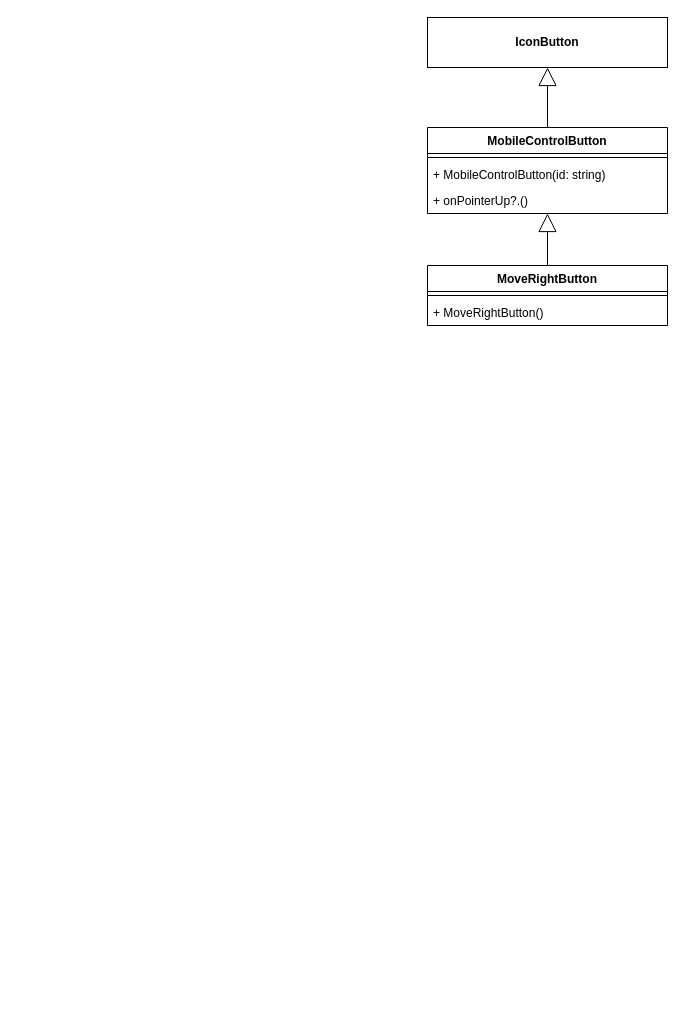
Before: docs/issue/96-diagram.drawio in elma1989/sharkie, a draw.io diagram. Source tidied: cells renumbered, new cells numbered last; positions are measured from the earlier drawing's top-left corner, leaving out a move shared by most shapes. Both pictures are drawn from the tidied source at 100%, with x=0, y=0 at pixel (427, 17).
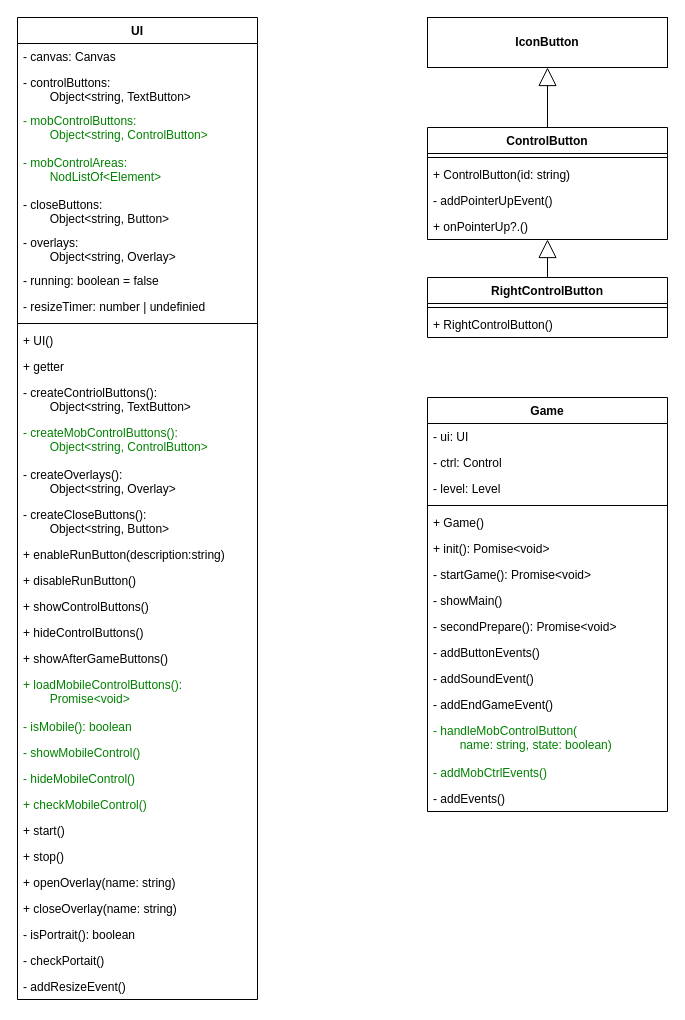
The same page after the edit.

Commit message (it also covers changes not shown here):
doc: ControlButton, RightContolButton, UI, Game

Change to the diagram source:
```diff
@@
-    <mxCell id="3" value="MobileControlButton" style="swimlane;fontStyle=1;align=center;verticalAlign=top;horizontal=1;startSize=26;whiteSpace=wrap;html=1;" parent="1" vertex="1">
-      <mxGeometry y="110" width="240" height="86" as="geometry" />
+    <mxCell id="3" value="ControlButton" style="swimlane;fontStyle=1;align=center;verticalAlign=top;horizontal=1;startSize=26;whiteSpace=wrap;html=1;" parent="1" vertex="1">
+      <mxGeometry y="110" width="240" height="112" as="geometry" />
     </mxCell>
@@
-    <mxCell id="5" value="+ MobileControlButton(id: string)" style="text;strokeColor=none;fillColor=none;align=left;verticalAlign=top;spacingLeft=4;spacingRight=4;overflow=hidden;whiteSpace=wrap;html=1;" parent="3" vertex="1">
+    <mxCell id="5" value="+ ControlButton(id: string)" style="text;strokeColor=none;fillColor=none;align=left;verticalAlign=top;spacingLeft=4;spacingRight=4;overflow=hidden;whiteSpace=wrap;html=1;" parent="3" vertex="1">
       <mxGeometry y="34" width="240" height="26" as="geometry" />
     </mxCell>
+    <mxCell id="12" value="- addPointerUpEvent()" style="text;strokeColor=none;fillColor=none;align=left;verticalAlign=top;spacingLeft=4;spacingRight=4;overflow=hidden;whiteSpace=wrap;html=1;" parent="3" vertex="1">
+      <mxGeometry y="60" width="240" height="26" as="geometry" />
+    </mxCell>
     <mxCell id="6" value="+ onPointerUp?.()" style="text;strokeColor=none;fillColor=none;align=left;verticalAlign=top;spacingLeft=4;spacingRight=4;overflow=hidden;whiteSpace=wrap;html=1;" parent="3" vertex="1">
-      <mxGeometry y="60" width="240" height="26" as="geometry" />
+      <mxGeometry y="86" width="240" height="26" as="geometry" />
     </mxCell>
@@
-    <mxCell id="8" value="MoveRightButton" style="swimlane;fontStyle=1;align=center;verticalAlign=top;horizontal=1;startSize=26;whiteSpace=wrap;html=1;" parent="1" vertex="1">
-      <mxGeometry y="248" width="240" height="60" as="geometry" />
+    <mxCell id="8" value="RightControlButton" style="swimlane;fontStyle=1;align=center;verticalAlign=top;horizontal=1;startSize=26;whiteSpace=wrap;html=1;" parent="1" vertex="1">
+      <mxGeometry y="260" width="240" height="60" as="geometry" />
     </mxCell>
@@
-    <mxCell id="10" value="+ MoveRightButton()" style="text;strokeColor=none;fillColor=none;align=left;verticalAlign=top;spacingLeft=4;spacingRight=4;overflow=hidden;whiteSpace=wrap;html=1;" parent="8" vertex="1">
+    <mxCell id="10" value="+ RightControlButton()" style="text;strokeColor=none;fillColor=none;align=left;verticalAlign=top;spacingLeft=4;spacingRight=4;overflow=hidden;whiteSpace=wrap;html=1;" parent="8" vertex="1">
       <mxGeometry y="34" width="240" height="26" as="geometry" />
     </mxCell>
@@
+    <mxCell id="13" value="UI" style="swimlane;fontStyle=1;align=center;verticalAlign=top;horizontal=1;startSize=26;whiteSpace=wrap;html=1;" parent="1" vertex="1">
+      <mxGeometry x="-410" width="240" height="982" as="geometry" />
+    </mxCell>
+    <mxCell id="14" value="- canvas: Canvas" style="text;strokeColor=none;fillColor=none;align=left;verticalAlign=top;spacingLeft=4;spacingRight=4;overflow=hidden;whiteSpace=wrap;html=1;" parent="13" vertex="1">
+      <mxGeometry y="26" width="240" height="26" as="geometry" />
+    </mxCell>
+    <mxCell id="15" value="- controlButtons:&amp;nbsp;&lt;div&gt;&lt;span style=&quot;white-space: pre;&quot;&gt;&#9;&lt;/span&gt;Object&amp;lt;string, TextButton&amp;gt;&lt;/div&gt;" style="text;strokeColor=none;fillColor=none;align=left;verticalAlign=top;spacingLeft=4;spacingRight=4;overflow=hidden;whiteSpace=wrap;html=1;" parent="13" vertex="1">
+      <mxGeometry y="52" width="240" height="38" as="geometry" />
+    </mxCell>
+    <mxCell id="16" value="- mobControlButtons:&lt;div&gt;&lt;span style=&quot;white-space: pre;&quot;&gt;&#9;&lt;/span&gt;Object&amp;lt;string, ControlButton&amp;gt;&lt;br&gt;&lt;/div&gt;" style="text;strokeColor=none;fillColor=none;align=left;verticalAlign=top;spacingLeft=4;spacingRight=4;overflow=hidden;whiteSpace=wrap;html=1;fontColor=light-dark(#008000,#80FF80);" parent="13" vertex="1">
+      <mxGeometry y="90" width="240" height="42" as="geometry" />
+    </mxCell>
+    <mxCell id="17" value="- mobControlAreas:&lt;div&gt;&lt;span style=&quot;white-space: pre;&quot;&gt;&#9;&lt;/span&gt;NodListOf&amp;lt;Element&amp;gt;&lt;br&gt;&lt;/div&gt;" style="text;strokeColor=none;fillColor=none;align=left;verticalAlign=top;spacingLeft=4;spacingRight=4;overflow=hidden;whiteSpace=wrap;html=1;fontColor=light-dark(#008000,#80FF80);" parent="13" vertex="1">
+      <mxGeometry y="132" width="240" height="42" as="geometry" />
+    </mxCell>
+    <mxCell id="18" value="- closeButtons:&lt;div&gt;&lt;span style=&quot;white-space: pre;&quot;&gt;&#9;&lt;/span&gt;Object&amp;lt;string, Button&amp;gt;&lt;br&gt;&lt;/div&gt;" style="text;strokeColor=none;fillColor=none;align=left;verticalAlign=top;spacingLeft=4;spacingRight=4;overflow=hidden;whiteSpace=wrap;html=1;fontColor=default;" parent="13" vertex="1">
+      <mxGeometry y="174" width="240" height="38" as="geometry" />
+    </mxCell>
+    <mxCell id="19" value="- overlays:&lt;div&gt;&lt;span style=&quot;white-space: pre;&quot;&gt;&#9;&lt;/span&gt;Object&amp;lt;string, Overlay&amp;gt;&lt;br&gt;&lt;/div&gt;" style="text;strokeColor=none;fillColor=none;align=left;verticalAlign=top;spacingLeft=4;spacingRight=4;overflow=hidden;whiteSpace=wrap;html=1;fontColor=default;" parent="13" vertex="1">
+      <mxGeometry y="212" width="240" height="38" as="geometry" />
+    </mxCell>
+    <mxCell id="20" value="- running: boolean = false" style="text;strokeColor=none;fillColor=none;align=left;verticalAlign=top;spacingLeft=4;spacingRight=4;overflow=hidden;whiteSpace=wrap;html=1;fontColor=default;" parent="13" vertex="1">
+      <mxGeometry y="250" width="240" height="26" as="geometry" />
+    </mxCell>
+    <mxCell id="21" value="- resizeTimer: number | undefinied" style="text;strokeColor=none;fillColor=none;align=left;verticalAlign=top;spacingLeft=4;spacingRight=4;overflow=hidden;whiteSpace=wrap;html=1;fontColor=default;" parent="13" vertex="1">
+      <mxGeometry y="276" width="240" height="26" as="geometry" />
+    </mxCell>
+    <mxCell id="22" style="line;strokeWidth=1;fillColor=none;align=left;verticalAlign=middle;spacingTop=-1;spacingLeft=3;spacingRight=3;labelPosition=right;strokeColor=inherit;" parent="13" vertex="1">
+      <mxGeometry y="302" width="240" height="8" as="geometry" />
+    </mxCell>
+    <mxCell id="23" value="+ UI()" style="text;strokeColor=none;fillColor=none;align=left;verticalAlign=top;spacingLeft=4;spacingRight=4;overflow=hidden;whiteSpace=wrap;html=1;" parent="13" vertex="1">
+      <mxGeometry y="310" width="240" height="26" as="geometry" />
+    </mxCell>
+    <mxCell id="24" value="+ getter" style="text;strokeColor=none;fillColor=none;align=left;verticalAlign=top;spacingLeft=4;spacingRight=4;overflow=hidden;whiteSpace=wrap;html=1;" parent="13" vertex="1">
+      <mxGeometry y="336" width="240" height="26" as="geometry" />
+    </mxCell>
+    <mxCell id="25" value="- createContriolButtons():&lt;div&gt;&lt;span style=&quot;white-space: pre;&quot;&gt;&#9;&lt;/span&gt;Object&amp;lt;string, TextButton&amp;gt;&lt;br&gt;&lt;/div&gt;" style="text;strokeColor=none;fillColor=none;align=left;verticalAlign=top;spacingLeft=4;spacingRight=4;overflow=hidden;whiteSpace=wrap;html=1;fontColor=default;" parent="13" vertex="1">
+      <mxGeometry y="362" width="240" height="40" as="geometry" />
+    </mxCell>
+    <mxCell id="26" value="- createMobControlButtons():&lt;div&gt;&lt;span style=&quot;white-space: pre;&quot;&gt;&#9;&lt;/span&gt;Object&amp;lt;string, ControlButton&amp;gt;&lt;br&gt;&lt;/div&gt;" style="text;strokeColor=none;fillColor=none;align=left;verticalAlign=top;spacingLeft=4;spacingRight=4;overflow=hidden;whiteSpace=wrap;html=1;fontColor=light-dark(#008000,#80FF80);" parent="13" vertex="1">
+      <mxGeometry y="402" width="240" height="42" as="geometry" />
+    </mxCell>
+    <mxCell id="27" value="- createOverlays():&lt;div&gt;&lt;span style=&quot;white-space: pre;&quot;&gt;&#9;&lt;/span&gt;Object&amp;lt;string, Overlay&amp;gt;&lt;br&gt;&lt;/div&gt;" style="text;strokeColor=none;fillColor=none;align=left;verticalAlign=top;spacingLeft=4;spacingRight=4;overflow=hidden;whiteSpace=wrap;html=1;fontColor=default;" parent="13" vertex="1">
+      <mxGeometry y="444" width="240" height="40" as="geometry" />
+    </mxCell>
+    <mxCell id="28" value="- createCloseButtons():&lt;div&gt;&lt;span style=&quot;white-space: pre;&quot;&gt;&#9;&lt;/span&gt;Object&amp;lt;string, Button&amp;gt;&lt;br&gt;&lt;/div&gt;" style="text;strokeColor=none;fillColor=none;align=left;verticalAlign=top;spacingLeft=4;spacingRight=4;overflow=hidden;whiteSpace=wrap;html=1;fontColor=default;" parent="13" vertex="1">
+      <mxGeometry y="484" width="240" height="40" as="geometry" />
+    </mxCell>
+    <mxCell id="29" value="+ enableRunButton(description:string)" style="text;strokeColor=none;fillColor=none;align=left;verticalAlign=top;spacingLeft=4;spacingRight=4;overflow=hidden;whiteSpace=wrap;html=1;fontColor=default;" parent="13" vertex="1">
+      <mxGeometry y="524" width="240" height="26" as="geometry" />
+    </mxCell>
+    <mxCell id="30" value="+ disableRunButton()" style="text;strokeColor=none;fillColor=none;align=left;verticalAlign=top;spacingLeft=4;spacingRight=4;overflow=hidden;whiteSpace=wrap;html=1;fontColor=default;" parent="13" vertex="1">
+      <mxGeometry y="550" width="240" height="26" as="geometry" />
+    </mxCell>
+    <mxCell id="31" value="+ showControlButtons()" style="text;strokeColor=none;fillColor=none;align=left;verticalAlign=top;spacingLeft=4;spacingRight=4;overflow=hidden;whiteSpace=wrap;html=1;fontColor=default;" parent="13" vertex="1">
+      <mxGeometry y="576" width="240" height="26" as="geometry" />
+    </mxCell>
+    <mxCell id="32" value="+ hideControlButtons()" style="text;strokeColor=none;fillColor=none;align=left;verticalAlign=top;spacingLeft=4;spacingRight=4;overflow=hidden;whiteSpace=wrap;html=1;fontColor=default;" parent="13" vertex="1">
+      <mxGeometry y="602" width="240" height="26" as="geometry" />
+    </mxCell>
+    <mxCell id="33" value="+ showAfterGameButtons()" style="text;strokeColor=none;fillColor=none;align=left;verticalAlign=top;spacingLeft=4;spacingRight=4;overflow=hidden;whiteSpace=wrap;html=1;fontColor=default;" parent="13" vertex="1">
+      <mxGeometry y="628" width="240" height="26" as="geometry" />
+    </mxCell>
+    <mxCell id="34" value="&lt;div&gt;+ loadMobileControlButtons():&lt;/div&gt;&lt;div&gt;&lt;span style=&quot;white-space: pre;&quot;&gt;&#9;&lt;/span&gt;Promise&amp;lt;void&amp;gt;&lt;br&gt;&lt;/div&gt;" style="text;strokeColor=none;fillColor=none;align=left;verticalAlign=top;spacingLeft=4;spacingRight=4;overflow=hidden;whiteSpace=wrap;html=1;fontColor=light-dark(#008000,#80FF80);" parent="13" vertex="1">
+      <mxGeometry y="654" width="240" height="42" as="geometry" />
+    </mxCell>
+    <mxCell id="35" value="- isMobile(): boolean" style="text;strokeColor=none;fillColor=none;align=left;verticalAlign=top;spacingLeft=4;spacingRight=4;overflow=hidden;whiteSpace=wrap;html=1;fontColor=light-dark(#008000,#80FF80);" parent="13" vertex="1">
+      <mxGeometry y="696" width="240" height="26" as="geometry" />
+    </mxCell>
+    <mxCell id="36" value="- showMobileControl()" style="text;strokeColor=none;fillColor=none;align=left;verticalAlign=top;spacingLeft=4;spacingRight=4;overflow=hidden;whiteSpace=wrap;html=1;fontColor=light-dark(#008000,#80FF80);" parent="13" vertex="1">
+      <mxGeometry y="722" width="240" height="26" as="geometry" />
+    </mxCell>
+    <mxCell id="37" value="- hideMobileControl()" style="text;strokeColor=none;fillColor=none;align=left;verticalAlign=top;spacingLeft=4;spacingRight=4;overflow=hidden;whiteSpace=wrap;html=1;fontColor=light-dark(#008000,#80FF80);" parent="13" vertex="1">
+      <mxGeometry y="748" width="240" height="26" as="geometry" />
+    </mxCell>
+    <mxCell id="38" value="+ checkMobileControl()" style="text;strokeColor=none;fillColor=none;align=left;verticalAlign=top;spacingLeft=4;spacingRight=4;overflow=hidden;whiteSpace=wrap;html=1;fontColor=light-dark(#008000,#80FF80);" parent="13" vertex="1">
+      <mxGeometry y="774" width="240" height="26" as="geometry" />
+    </mxCell>
+    <mxCell id="39" value="+ start()" style="text;strokeColor=none;fillColor=none;align=left;verticalAlign=top;spacingLeft=4;spacingRight=4;overflow=hidden;whiteSpace=wrap;html=1;fontColor=default;" parent="13" vertex="1">
+      <mxGeometry y="800" width="240" height="26" as="geometry" />
+    </mxCell>
+    <mxCell id="40" value="+ stop()" style="text;strokeColor=none;fillColor=none;align=left;verticalAlign=top;spacingLeft=4;spacingRight=4;overflow=hidden;whiteSpace=wrap;html=1;fontColor=default;" parent="13" vertex="1">
+      <mxGeometry y="826" width="240" height="26" as="geometry" />
+    </mxCell>
+    <mxCell id="41" value="+ openOverlay(name: string)" style="text;strokeColor=none;fillColor=none;align=left;verticalAlign=top;spacingLeft=4;spacingRight=4;overflow=hidden;whiteSpace=wrap;html=1;fontColor=default;" parent="13" vertex="1">
+      <mxGeometry y="852" width="240" height="26" as="geometry" />
+    </mxCell>
+    <mxCell id="42" value="+ closeOverlay(name: string)" style="text;strokeColor=none;fillColor=none;align=left;verticalAlign=top;spacingLeft=4;spacingRight=4;overflow=hidden;whiteSpace=wrap;html=1;fontColor=default;" parent="13" vertex="1">
+      <mxGeometry y="878" width="240" height="26" as="geometry" />
+    </mxCell>
+    <mxCell id="43" value="- isPortrait(): boolean" style="text;strokeColor=none;fillColor=none;align=left;verticalAlign=top;spacingLeft=4;spacingRight=4;overflow=hidden;whiteSpace=wrap;html=1;fontColor=default;" parent="13" vertex="1">
+      <mxGeometry y="904" width="240" height="26" as="geometry" />
+    </mxCell>
+    <mxCell id="44" value="- checkPortait()" style="text;strokeColor=none;fillColor=none;align=left;verticalAlign=top;spacingLeft=4;spacingRight=4;overflow=hidden;whiteSpace=wrap;html=1;fontColor=default;" parent="13" vertex="1">
+      <mxGeometry y="930" width="240" height="26" as="geometry" />
+    </mxCell>
+    <mxCell id="45" value="- addResizeEvent()" style="text;strokeColor=none;fillColor=none;align=left;verticalAlign=top;spacingLeft=4;spacingRight=4;overflow=hidden;whiteSpace=wrap;html=1;fontColor=default;" parent="13" vertex="1">
+      <mxGeometry y="956" width="240" height="26" as="geometry" />
+    </mxCell>
+    <mxCell id="46" value="Game" style="swimlane;fontStyle=1;align=center;verticalAlign=top;horizontal=1;startSize=26;whiteSpace=wrap;html=1;" parent="1" vertex="1">
+      <mxGeometry y="380" width="240" height="414" as="geometry" />
+    </mxCell>
+    <mxCell id="47" value="- ui: UI" style="text;strokeColor=none;fillColor=none;align=left;verticalAlign=top;spacingLeft=4;spacingRight=4;overflow=hidden;whiteSpace=wrap;html=1;" parent="46" vertex="1">
+      <mxGeometry y="26" width="240" height="26" as="geometry" />
+    </mxCell>
+    <mxCell id="48" value="- ctrl: Control" style="text;strokeColor=none;fillColor=none;align=left;verticalAlign=top;spacingLeft=4;spacingRight=4;overflow=hidden;whiteSpace=wrap;html=1;" parent="46" vertex="1">
+      <mxGeometry y="52" width="240" height="26" as="geometry" />
+    </mxCell>
+    <mxCell id="49" value="- level: Level" style="text;strokeColor=none;fillColor=none;align=left;verticalAlign=top;spacingLeft=4;spacingRight=4;overflow=hidden;whiteSpace=wrap;html=1;" parent="46" vertex="1">
+      <mxGeometry y="78" width="240" height="26" as="geometry" />
+    </mxCell>
+    <mxCell id="50" style="line;strokeWidth=1;fillColor=none;align=left;verticalAlign=middle;spacingTop=-1;spacingLeft=3;spacingRight=3;labelPosition=right;strokeColor=inherit;" parent="46" vertex="1">
+      <mxGeometry y="104" width="240" height="8" as="geometry" />
+    </mxCell>
+    <mxCell id="51" value="+ Game()" style="text;strokeColor=none;fillColor=none;align=left;verticalAlign=top;spacingLeft=4;spacingRight=4;overflow=hidden;whiteSpace=wrap;html=1;" parent="46" vertex="1">
+      <mxGeometry y="112" width="240" height="26" as="geometry" />
+    </mxCell>
+    <mxCell id="52" value="+ init(): Pomise&amp;lt;void&amp;gt;" style="text;strokeColor=none;fillColor=none;align=left;verticalAlign=top;spacingLeft=4;spacingRight=4;overflow=hidden;whiteSpace=wrap;html=1;" parent="46" vertex="1">
+      <mxGeometry y="138" width="240" height="26" as="geometry" />
+    </mxCell>
+    <mxCell id="53" value="- startGame(): Promise&amp;lt;void&amp;gt;" style="text;strokeColor=none;fillColor=none;align=left;verticalAlign=top;spacingLeft=4;spacingRight=4;overflow=hidden;whiteSpace=wrap;html=1;fontColor=default;" parent="46" vertex="1">
+      <mxGeometry y="164" width="240" height="26" as="geometry" />
+    </mxCell>
+    <mxCell id="54" value="- showMain()" style="text;strokeColor=none;fillColor=none;align=left;verticalAlign=top;spacingLeft=4;spacingRight=4;overflow=hidden;whiteSpace=wrap;html=1;fontColor=default;" parent="46" vertex="1">
+      <mxGeometry y="190" width="240" height="26" as="geometry" />
+    </mxCell>
+    <mxCell id="55" value="- secondPrepare(): Promise&amp;lt;void&amp;gt;" style="text;strokeColor=none;fillColor=none;align=left;verticalAlign=top;spacingLeft=4;spacingRight=4;overflow=hidden;whiteSpace=wrap;html=1;fontColor=default;" parent="46" vertex="1">
+      <mxGeometry y="216" width="240" height="26" as="geometry" />
+    </mxCell>
+    <mxCell id="56" value="- addButtonEvents()" style="text;strokeColor=none;fillColor=none;align=left;verticalAlign=top;spacingLeft=4;spacingRight=4;overflow=hidden;whiteSpace=wrap;html=1;fontColor=default;" parent="46" vertex="1">
+      <mxGeometry y="242" width="240" height="26" as="geometry" />
+    </mxCell>
+    <mxCell id="57" value="- addSoundEvent()" style="text;strokeColor=none;fillColor=none;align=left;verticalAlign=top;spacingLeft=4;spacingRight=4;overflow=hidden;whiteSpace=wrap;html=1;fontColor=default;labelBackgroundColor=default;" parent="46" vertex="1">
+      <mxGeometry y="268" width="240" height="26" as="geometry" />
+    </mxCell>
+    <mxCell id="58" value="- addEndGameEvent()" style="text;strokeColor=none;fillColor=none;align=left;verticalAlign=top;spacingLeft=4;spacingRight=4;overflow=hidden;whiteSpace=wrap;html=1;fontColor=default;" parent="46" vertex="1">
+      <mxGeometry y="294" width="240" height="26" as="geometry" />
+    </mxCell>
+    <mxCell id="59" value="- handleMobControlButton(&lt;div&gt;&lt;span style=&quot;white-space: pre;&quot;&gt;&#9;&lt;/span&gt;name: string,&amp;nbsp;&lt;span style=&quot;background-color: transparent; color: light-dark(rgb(0, 128, 0), rgb(128, 255, 128));&quot;&gt;state: boolean)&lt;/span&gt;&lt;/div&gt;" style="text;strokeColor=none;fillColor=none;align=left;verticalAlign=top;spacingLeft=4;spacingRight=4;overflow=hidden;whiteSpace=wrap;html=1;fontColor=light-dark(#008000,#80FF80);" parent="46" vertex="1">
+      <mxGeometry y="320" width="240" height="42" as="geometry" />
+    </mxCell>
+    <mxCell id="60" value="- addMobCtrlEvents()" style="text;strokeColor=none;fillColor=none;align=left;verticalAlign=top;spacingLeft=4;spacingRight=4;overflow=hidden;whiteSpace=wrap;html=1;fontColor=light-dark(#008000,#80FF80);" parent="46" vertex="1">
+      <mxGeometry y="362" width="240" height="26" as="geometry" />
+    </mxCell>
+    <mxCell id="61" value="- addEvents()" style="text;strokeColor=none;fillColor=none;align=left;verticalAlign=top;spacingLeft=4;spacingRight=4;overflow=hidden;whiteSpace=wrap;html=1;fontColor=default;" parent="46" vertex="1">
+      <mxGeometry y="388" width="240" height="26" as="geometry" />
+    </mxCell>
```
